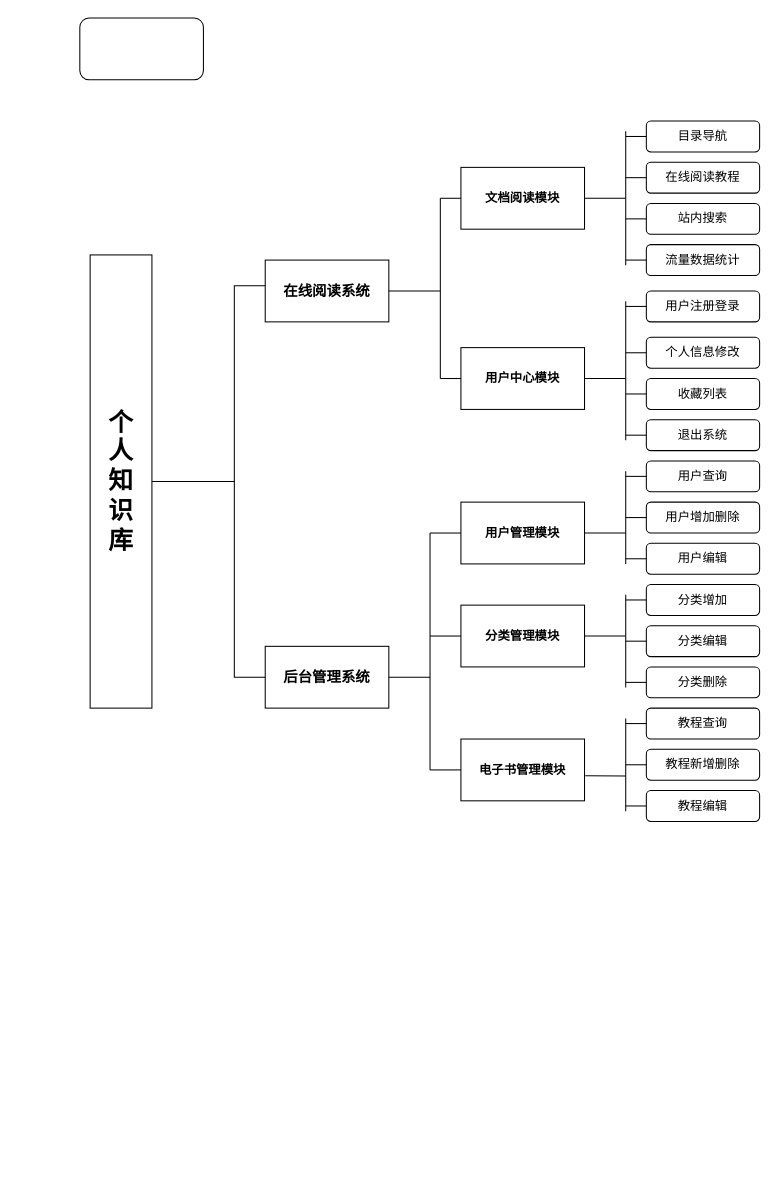
The draw.io diagram 未命名绘图.drawio in EM-FF/text, before the edit. Source tidied: cells renumbered, new cells numbered last; positions are measured from the earlier drawing's top-left corner, leaving out a move shared by most shapes. Both pictures are drawn from the tidied source at 103%, with x=0, y=0 at pixel (79, 18).
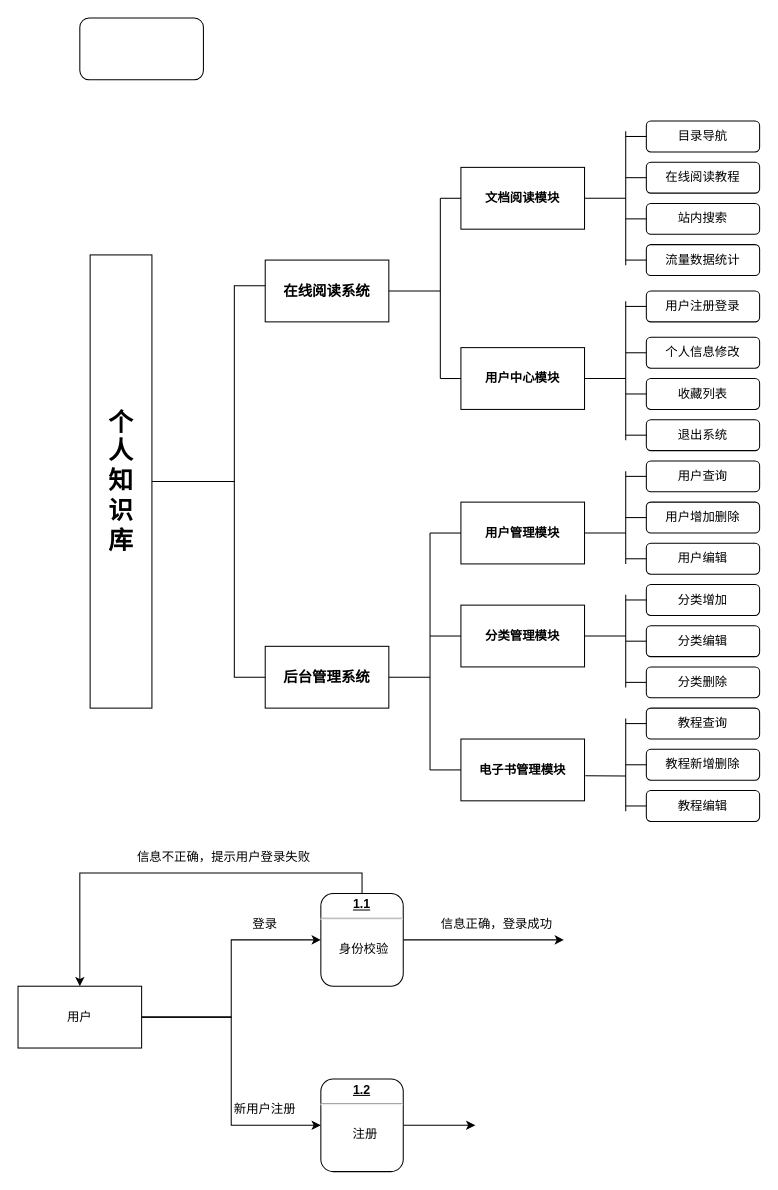
The same page after the edit.

Commit message:
更新未命名绘图.drawio

Diff of the diagram source:
```diff
@@
+    <mxCell id="66" style="edgeStyle=orthogonalEdgeStyle;rounded=0;jettySize=auto;html=1;entryX=0;entryY=0.5;entryDx=0;entryDy=0;fontFamily=Helvetica;fontSize=12;fontColor=default;" parent="1" edge="1" source="68" target="71">
+      <mxGeometry relative="1" as="geometry" />
+    </mxCell>
+    <mxCell id="67" style="edgeStyle=orthogonalEdgeStyle;rounded=0;jettySize=auto;html=1;entryX=0;entryY=0.5;entryDx=0;entryDy=0;fontFamily=Helvetica;fontSize=12;fontColor=default;" parent="1" edge="1" source="68" target="73">
+      <mxGeometry relative="1" as="geometry" />
+    </mxCell>
+    <mxCell id="68" value="用户" style="rounded=0;whiteSpace=wrap;html=1;strokeColor=default;fontFamily=Helvetica;fontSize=12;fontColor=default;fillColor=default;" parent="1" vertex="1">
+      <mxGeometry x="-60" y="940" width="120" height="60" as="geometry" />
+    </mxCell>
+    <mxCell id="69" style="edgeStyle=orthogonalEdgeStyle;rounded=0;jettySize=auto;html=1;fontFamily=Helvetica;fontSize=12;fontColor=default;" parent="1" edge="1" source="71">
+      <mxGeometry relative="1" as="geometry">
+        <mxPoint x="470" y="895" as="targetPoint" />
+      </mxGeometry>
+    </mxCell>
+    <mxCell id="70" style="edgeStyle=orthogonalEdgeStyle;rounded=0;jettySize=auto;html=1;entryX=0.5;entryY=0;entryDx=0;entryDy=0;fontFamily=Helvetica;fontSize=12;fontColor=default;" parent="1" edge="1" source="71" target="68">
+      <mxGeometry relative="1" as="geometry">
+        <Array as="points">
+          <mxPoint x="274" y="830" />
+          <mxPoint y="830" />
+        </Array>
+      </mxGeometry>
+    </mxCell>
+    <mxCell id="71" value="&lt;p style=&quot;margin:0px;margin-top:4px;text-align:center;text-decoration:underline;&quot;&gt;&lt;b&gt;1.1&lt;/b&gt;&lt;/p&gt;&lt;hr&gt;&lt;p style=&quot;margin:0px;margin-left:8px;&quot;&gt;&lt;br&gt;&lt;/p&gt;&lt;p style=&quot;margin:0px;margin-left:8px;&quot;&gt;&amp;nbsp; &amp;nbsp;身份校验&lt;/p&gt;" style="verticalAlign=top;align=left;overflow=fill;fontSize=12;fontFamily=Helvetica;html=1;whiteSpace=wrap;rounded=1;strokeColor=default;fontColor=default;fillColor=default;" parent="1" vertex="1">
+      <mxGeometry x="234" y="850" width="80" height="90" as="geometry" />
+    </mxCell>
+    <mxCell id="72" style="edgeStyle=orthogonalEdgeStyle;rounded=0;jettySize=auto;html=1;fontFamily=Helvetica;fontSize=12;fontColor=default;" parent="1" edge="1" source="73">
+      <mxGeometry relative="1" as="geometry">
+        <mxPoint x="384" y="1075" as="targetPoint" />
+      </mxGeometry>
+    </mxCell>
+    <mxCell id="73" value="&lt;p style=&quot;margin:0px;margin-top:4px;text-align:center;text-decoration:underline;&quot;&gt;&lt;b&gt;1.2&lt;/b&gt;&lt;/p&gt;&lt;hr&gt;&lt;p style=&quot;margin:0px;margin-left:8px;&quot;&gt;&lt;br&gt;&lt;/p&gt;&lt;p style=&quot;margin:0px;margin-left:8px;&quot;&gt;&amp;nbsp; &amp;nbsp; &amp;nbsp; &amp;nbsp;注册&lt;/p&gt;" style="verticalAlign=top;align=left;overflow=fill;fontSize=12;fontFamily=Helvetica;html=1;whiteSpace=wrap;rounded=1;strokeColor=default;fontColor=default;fillColor=default;" parent="1" vertex="1">
+      <mxGeometry x="234" y="1030" width="80" height="90" as="geometry" />
+    </mxCell>
+    <mxCell id="74" value="登录" style="text;html=1;strokeColor=none;fillColor=none;align=center;verticalAlign=middle;whiteSpace=wrap;overflow=hidden;fontSize=12;fontFamily=Helvetica;fontColor=default;" parent="1" vertex="1">
+      <mxGeometry x="140" y="870" width="80" height="20" as="geometry" />
+    </mxCell>
+    <mxCell id="75" value="新用户注册" style="text;html=1;strokeColor=none;fillColor=none;align=center;verticalAlign=middle;whiteSpace=wrap;overflow=hidden;fontSize=12;fontFamily=Helvetica;fontColor=default;" parent="1" vertex="1">
+      <mxGeometry x="140" y="1050" width="80" height="20" as="geometry" />
+    </mxCell>
+    <mxCell id="76" value="信息正确，登录成功" style="text;html=1;strokeColor=none;fillColor=none;align=center;verticalAlign=middle;whiteSpace=wrap;overflow=hidden;fontSize=12;fontFamily=Helvetica;fontColor=default;" parent="1" vertex="1">
+      <mxGeometry x="350" y="870" width="110" height="20" as="geometry" />
+    </mxCell>
+    <mxCell id="77" value="信息不正确，提示用户登录失败" style="text;html=1;strokeColor=none;fillColor=none;align=center;verticalAlign=middle;whiteSpace=wrap;overflow=hidden;fontSize=12;fontFamily=Helvetica;fontColor=default;" parent="1" vertex="1">
+      <mxGeometry x="50" y="800" width="180" height="30" as="geometry" />
+    </mxCell>
```
